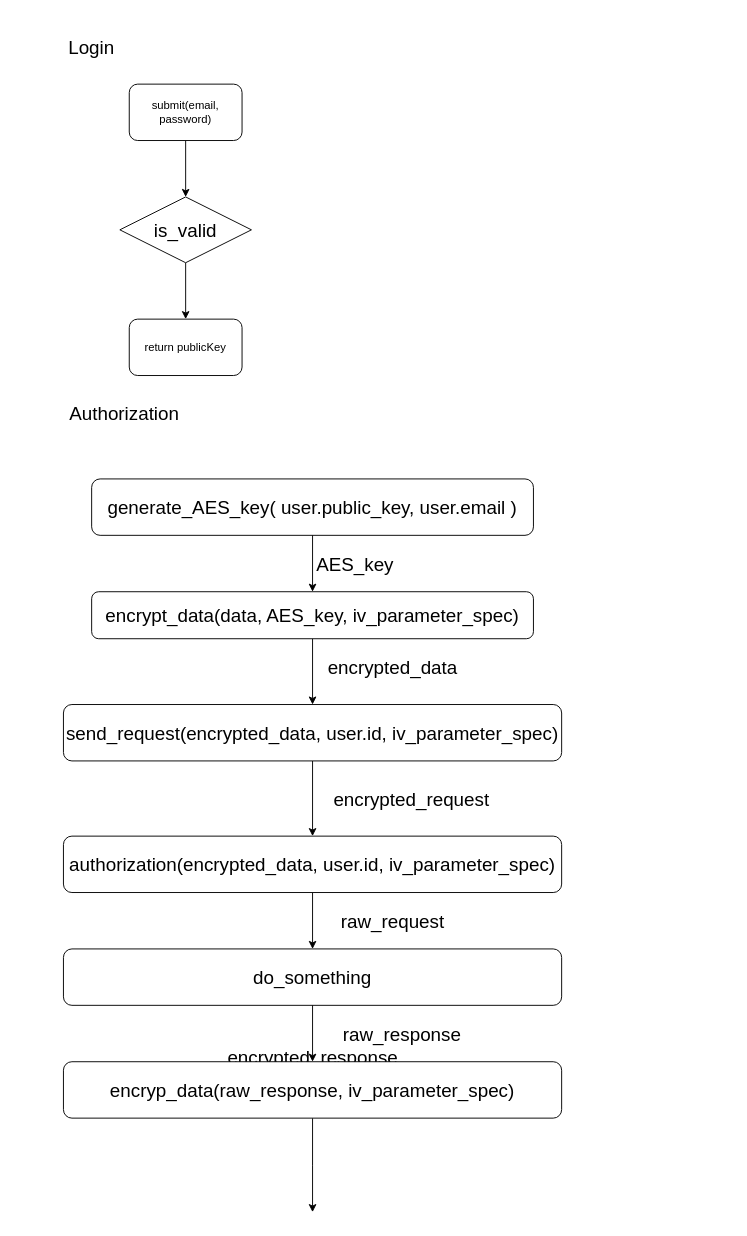
The draw.io diagram diagram/security_flow.drawio in TikTzuki/ar-server, before the edit. Source tidied: cells renumbered, new cells numbered last; positions are measured from the earlier drawing's top-left corner, leaving out a move shared by most shapes. Both pictures are drawn from the tidied source at 94%, with x=0, y=0 at pixel (44, 37).
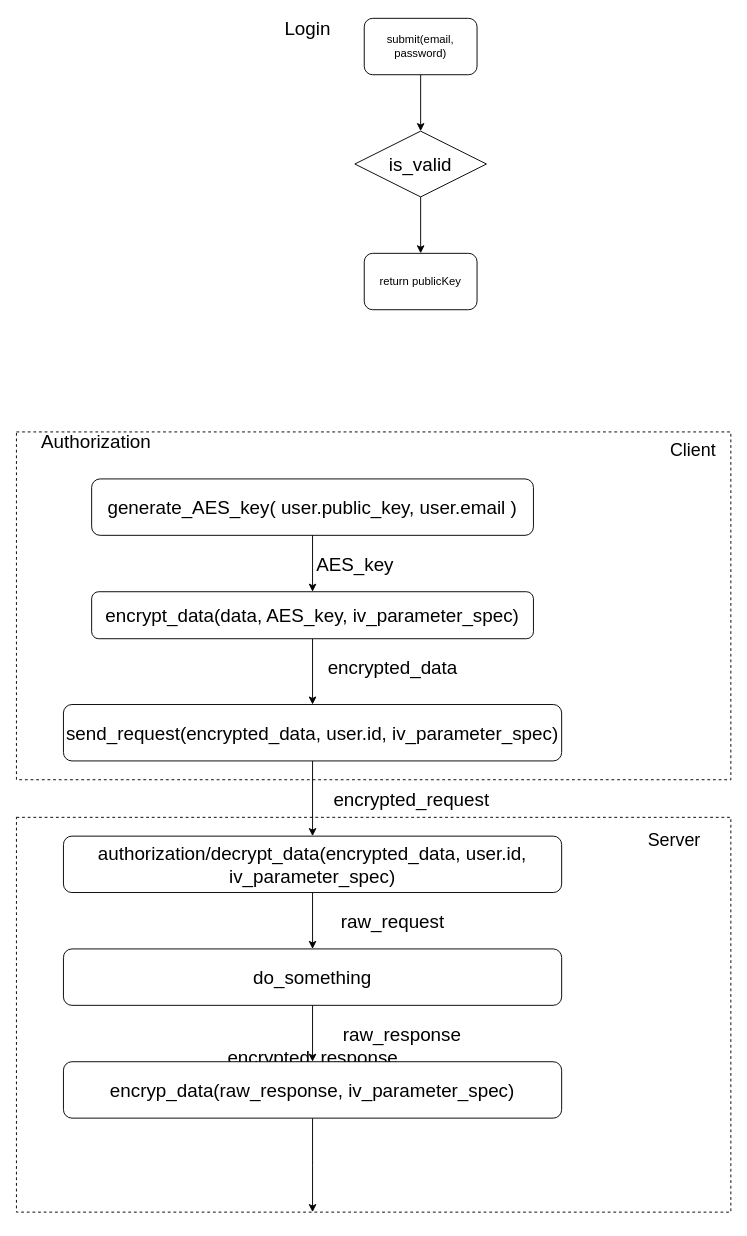
After the change.

Commit message:
[ADD] update security diagram

Change to the diagram source:
```diff
@@
     <mxCell id="3" value="submit(email, password)" style="rounded=1;whiteSpace=wrap;html=1;" parent="1" vertex="1">
-      <mxGeometry x="90" y="50" width="120" height="60" as="geometry" />
+      <mxGeometry x="340" y="-20" width="120" height="60" as="geometry" />
     </mxCell>
     <mxCell id="4" value="return publicKey" style="rounded=1;whiteSpace=wrap;html=1;" parent="1" vertex="1">
-      <mxGeometry x="90" y="300" width="120" height="60" as="geometry" />
+      <mxGeometry x="340" y="230" width="120" height="60" as="geometry" />
     </mxCell>
     <mxCell id="5" value="Login" style="text;html=1;strokeColor=none;fillColor=none;align=center;verticalAlign=middle;whiteSpace=wrap;rounded=0;fontSize=20;" parent="1" vertex="1">
-      <mxGeometry x="30" width="40" height="20" as="geometry" />
+      <mxGeometry x="260" y="-20" width="40" height="20" as="geometry" />
     </mxCell>
@@
     <mxCell id="7" value="is_valid" style="rhombus;whiteSpace=wrap;html=1;fontSize=20;" parent="1" vertex="1">
-      <mxGeometry x="80" y="170" width="140" height="70" as="geometry" />
+      <mxGeometry x="330" y="100" width="140" height="70" as="geometry" />
     </mxCell>
     <mxCell id="8" value="Authorization" style="text;html=1;strokeColor=none;fillColor=none;align=center;verticalAlign=middle;whiteSpace=wrap;rounded=0;fontSize=20;" parent="1" vertex="1">
-      <mxGeometry y="390" width="170" height="20" as="geometry" />
+      <mxGeometry x="-30" y="420" width="170" height="20" as="geometry" />
     </mxCell>
@@
-    <mxCell id="15" value="authorization(encrypted_data, user.id, iv_parameter_spec)" style="rounded=1;whiteSpace=wrap;html=1;fontSize=20;" parent="1" vertex="1">
+    <mxCell id="15" value="authorization/decrypt_data(encrypted_data, user.id, iv_parameter_spec)" style="rounded=1;whiteSpace=wrap;html=1;fontSize=20;" parent="1" vertex="1">
       <mxGeometry x="20" y="850" width="530" height="60" as="geometry" />
     </mxCell>
@@
+    <mxCell id="21" style="rounded=0;whiteSpace=wrap;html=1;fillColor=none;dashed=1;" parent="1" vertex="1">
+      <mxGeometry x="-30" y="830" width="760" height="420" as="geometry" />
+    </mxCell>
+    <mxCell id="22" value="Server" style="text;html=1;strokeColor=none;fillColor=none;align=center;verticalAlign=middle;whiteSpace=wrap;rounded=0;dashed=1;fontSize=19;" parent="1" vertex="1">
+      <mxGeometry x="610" y="830" width="120" height="50" as="geometry" />
+    </mxCell>
+    <mxCell id="23" style="rounded=0;whiteSpace=wrap;html=1;fillColor=none;dashed=1;" parent="1" vertex="1">
+      <mxGeometry x="-30" y="420" width="760" height="370" as="geometry" />
+    </mxCell>
+    <mxCell id="24" value="Client" style="text;html=1;strokeColor=none;fillColor=none;align=center;verticalAlign=middle;whiteSpace=wrap;rounded=0;dashed=1;fontSize=19;" parent="1" vertex="1">
+      <mxGeometry x="650" y="420" width="80" height="40" as="geometry" />
+    </mxCell>
```
